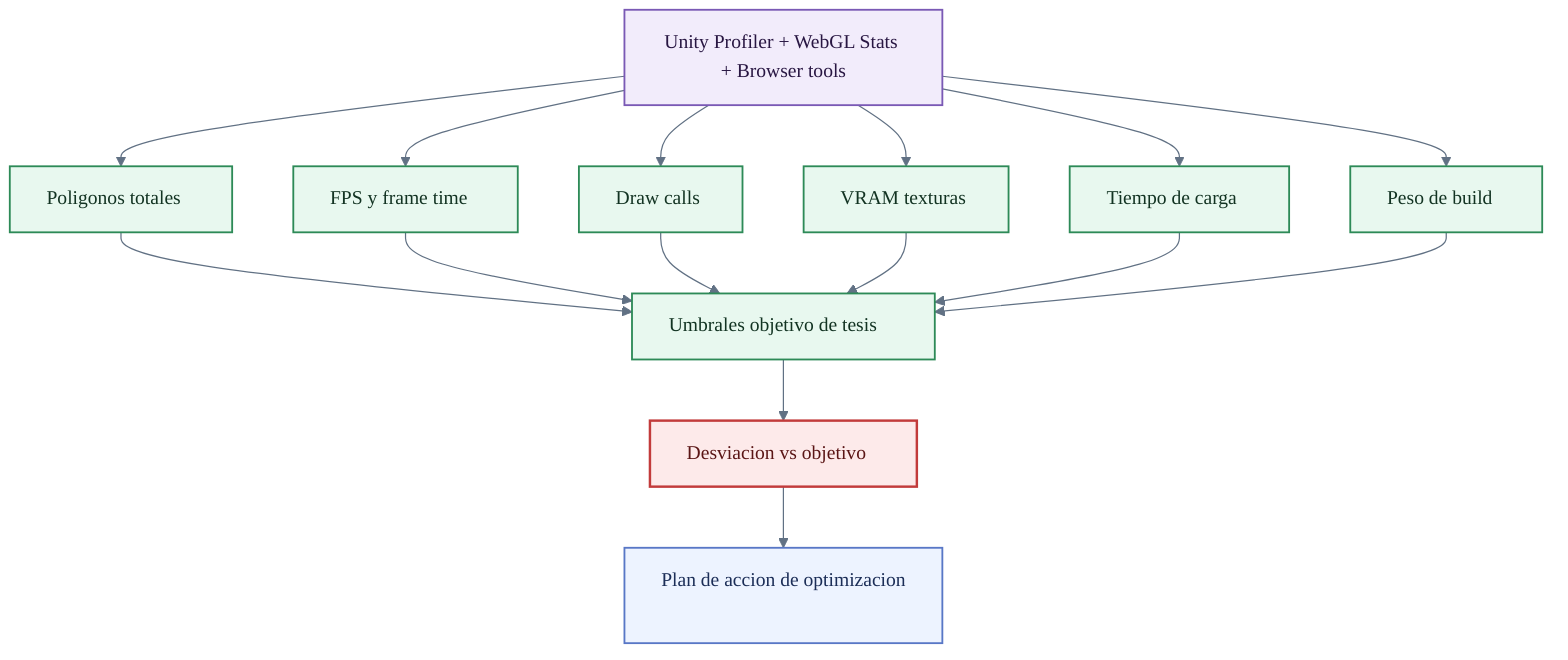
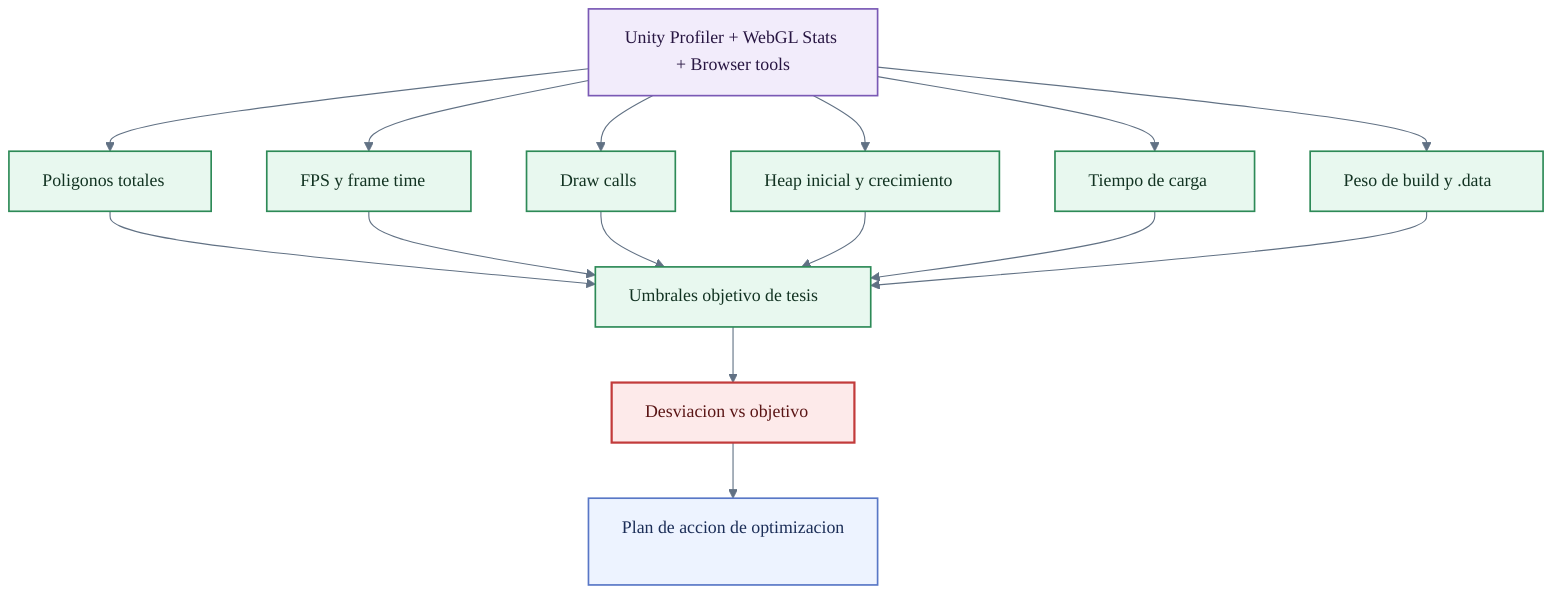
﻿%%{init: {'theme':'base','themeVariables': {
  'fontFamily':'Trebuchet MS, Segoe UI, sans-serif',
  'background':'#fcfcf8',
  'primaryColor':'#f5f7fb',
  'primaryTextColor':'#102033',
  'primaryBorderColor':'#4a6fa5',
  'lineColor':'#617184',
  'textColor':'#102033',
  'edgeLabelBackground':'#f7f9fc'
}}}%%
flowchart TB
  SRC[Unity Profiler + WebGL Stats + Browser tools]
  K1[Poligonos totales]
  K2[FPS y frame time]
  K3[Draw calls]
-   K4[VRAM texturas]
+   K4[Heap inicial y crecimiento]
  K5[Tiempo de carga]
-   K6[Peso de build]
+   K6[Peso de build y .data]
  TH[Umbrales objetivo de tesis]
  GAP[Desviacion vs objetivo]
  ACT[Plan de accion de optimizacion]

  SRC --> K1
  SRC --> K2
  SRC --> K3
  SRC --> K4
  SRC --> K5
  SRC --> K6

  K1 --> TH
  K2 --> TH
  K3 --> TH
  K4 --> TH
  K5 --> TH
  K6 --> TH

  TH --> GAP --> ACT

  classDef ui fill:#eaf2fb,stroke:#3b6ea5,color:#102033,stroke-width:1.5px;
  classDef orch fill:#e9f7ef,stroke:#2f7d4c,color:#10311c,stroke-width:2px;
  classDef svc fill:#fff1e6,stroke:#b56a1e,color:#4b2b08,stroke-width:1.5px;
  classDef data fill:#f2ecfb,stroke:#7a59b5,color:#281642,stroke-width:1.5px;
  classDef event fill:#f7e9fa,stroke:#a44fb3,color:#45154a,stroke-width:1.5px;
  classDef state fill:#e7f6f7,stroke:#21797a,color:#123536,stroke-width:1.5px;
  classDef risk fill:#fdeaea,stroke:#c23b3b,color:#5a1515,stroke-width:2px;
  classDef mitigation fill:#edf3ff,stroke:#5877c6,color:#1b2d57,stroke-width:1.5px;
  classDef result fill:#e8f8ef,stroke:#2d8a57,color:#123322,stroke-width:1.5px;
  classDef neutral fill:#f3f5f7,stroke:#677788,color:#17212b,stroke-width:1.5px;

  class SRC data;
  class K1,K2,K3,K4,K5,K6,TH result;
  class GAP risk;
  class ACT mitigation;


